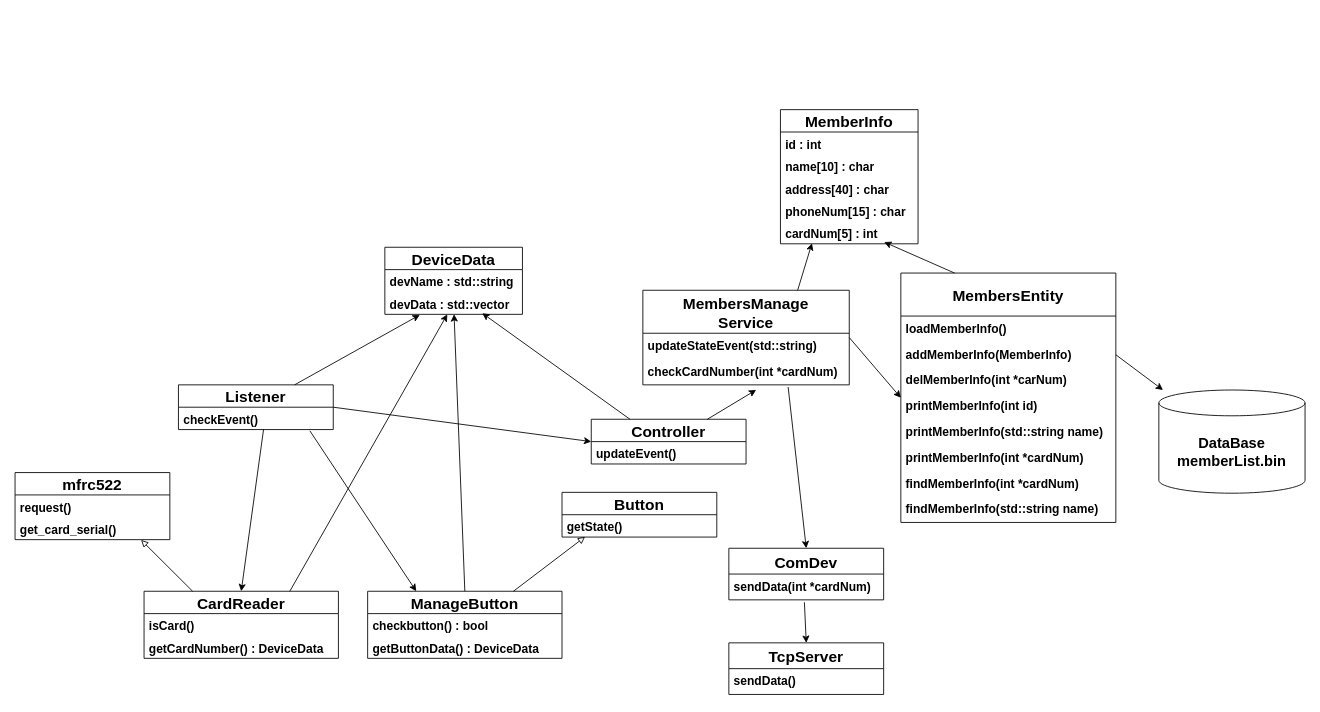
This is sw_design/golfMembersManager_Design.drawio from kingyeonsu/MembershipManger, a draw.io file, before an edit. Source tidied: cells renumbered, new cells numbered last; positions are measured from the earlier drawing's top-left corner, leaving out a move shared by most shapes. Both pictures are drawn from the tidied source at 86%, with x=0, y=0 at pixel (15, 109).
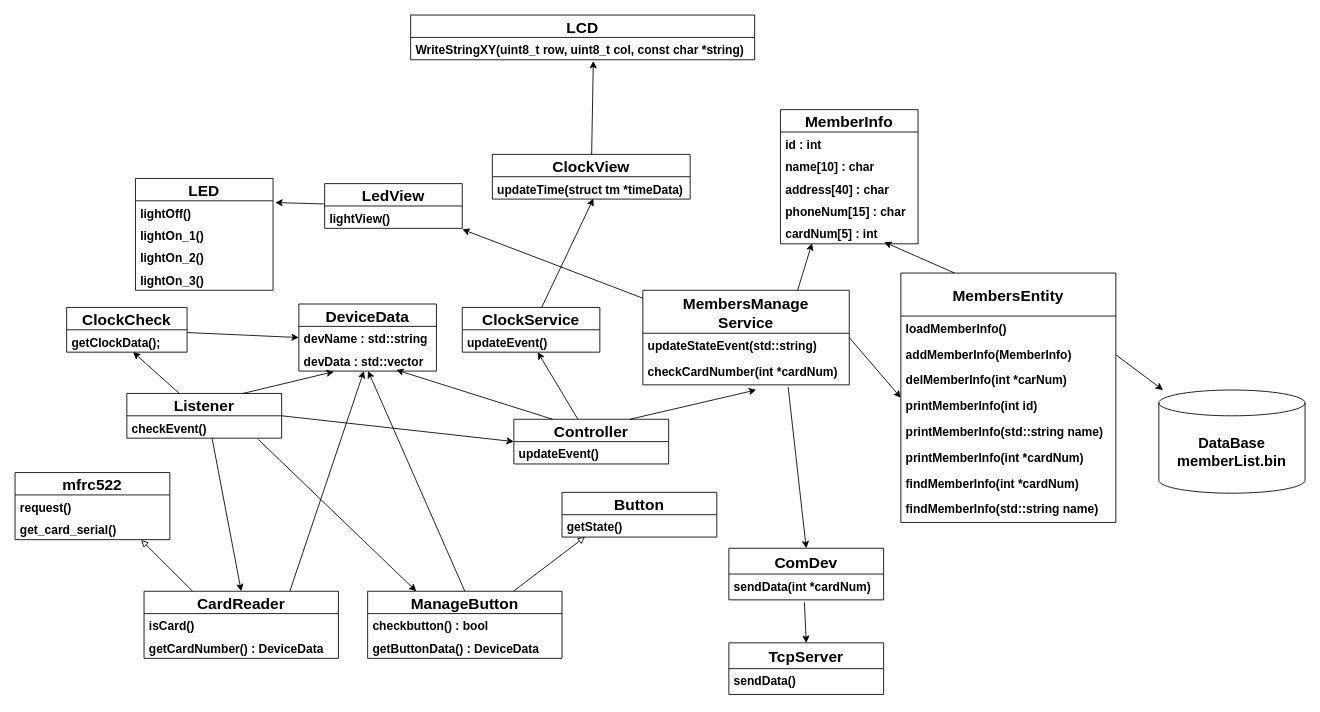
After the change.

The change refers to these unchanged cells:
```xml
<mxCell id="14" value="devName : std::string" style="text;strokeColor=none;fillColor=none;align=left;verticalAlign=top;spacingLeft=4;spacingRight=4;overflow=hidden;points=[[0,0.5],[1,0.5]];portConstraint=eastwest;fontSize=14;fontStyle=1;" parent="13" vertex="1">
  <mxGeometry y="26" width="160" height="26" as="geometry" />
</mxCell>
<mxCell id="32" value="MembersManage&#10;Service" style="swimlane;fontStyle=1;horizontal=1;startSize=50;fillColor=none;fontSize=18;" parent="1" vertex="1">
  <mxGeometry x="730" y="210" width="240" height="110" as="geometry" />
</mxCell>
```

What changed in the source:
```diff
@@
+    <mxCell id="59" style="edgeStyle=none;html=1;entryX=0.552;entryY=0.995;entryDx=0;entryDy=0;entryPerimeter=0;" parent="1" edge="1" source="4" target="80">
+      <mxGeometry relative="1" as="geometry" />
+    </mxCell>
     <mxCell id="4" value="Listener" style="swimlane;fontStyle=1;horizontal=1;startSize=26;fillColor=none;fontSize=18;" parent="1" vertex="1">
-      <mxGeometry x="190" y="320" width="180" height="52" as="geometry" />
+      <mxGeometry x="130" y="330" width="180" height="52" as="geometry" />
     </mxCell>
@@
+    <mxCell id="60" style="edgeStyle=none;html=1;" parent="1" edge="1" source="11" target="77">
+      <mxGeometry relative="1" as="geometry" />
+    </mxCell>
     <mxCell id="11" value="Controller" style="swimlane;fontStyle=1;horizontal=1;startSize=26;fillColor=none;fontSize=18;" parent="1" vertex="1">
-      <mxGeometry x="670" y="360" width="180" height="52" as="geometry" />
+      <mxGeometry x="580" y="360" width="180" height="52" as="geometry" />
     </mxCell>
@@
     <mxCell id="13" value="DeviceData" style="swimlane;fontStyle=1;horizontal=1;startSize=26;fillColor=none;fontSize=18;" parent="1" vertex="1">
-      <mxGeometry x="430" y="160" width="160" height="78" as="geometry" />
+      <mxGeometry x="330" y="226" width="160" height="78" as="geometry" />
     </mxCell>
@@
+    <mxCell id="61" style="edgeStyle=none;html=1;entryX=1.001;entryY=0.046;entryDx=0;entryDy=0;entryPerimeter=0;" parent="1" edge="1" source="32">
+      <mxGeometry relative="1" as="geometry">
+        <mxPoint x="520.2" y="139.2" as="targetPoint" />
+      </mxGeometry>
+    </mxCell>
@@
+    <mxCell id="62" style="edgeStyle=none;html=1;entryX=0.531;entryY=1.054;entryDx=0;entryDy=0;entryPerimeter=0;" parent="1" edge="1" source="63" target="66">
+      <mxGeometry relative="1" as="geometry" />
+    </mxCell>
+    <mxCell id="63" value="ClockView" style="swimlane;fontStyle=1;horizontal=1;startSize=26;fillColor=none;fontSize=18;" parent="1" vertex="1">
+      <mxGeometry x="555" y="52" width="230" height="52" as="geometry" />
+    </mxCell>
+    <mxCell id="64" value="updateTime(struct tm *timeData)" style="text;strokeColor=none;fillColor=none;align=left;verticalAlign=top;spacingLeft=4;spacingRight=4;overflow=hidden;points=[[0,0.5],[1,0.5]];portConstraint=eastwest;fontSize=14;fontStyle=1;" parent="63" vertex="1">
+      <mxGeometry y="26" width="230" height="26" as="geometry" />
+    </mxCell>
+    <mxCell id="65" value="LCD" style="swimlane;fontStyle=1;horizontal=1;startSize=26;fillColor=none;fontSize=18;" parent="1" vertex="1">
+      <mxGeometry x="460" y="-110" width="400" height="52" as="geometry" />
+    </mxCell>
+    <mxCell id="66" value="WriteStringXY(uint8_t row, uint8_t col, const char *string)" style="text;strokeColor=none;fillColor=none;align=left;verticalAlign=top;spacingLeft=4;spacingRight=4;overflow=hidden;points=[[0,0.5],[1,0.5]];portConstraint=eastwest;fontSize=14;fontStyle=1;" parent="65" vertex="1">
+      <mxGeometry y="26" width="400" height="26" as="geometry" />
+    </mxCell>
+    <mxCell id="67" value="LED" style="swimlane;fontStyle=1;horizontal=1;startSize=26;fillColor=none;fontSize=18;" parent="1" vertex="1">
+      <mxGeometry x="140" y="80" width="160" height="130" as="geometry" />
+    </mxCell>
+    <mxCell id="68" value="lightOff()" style="text;strokeColor=none;fillColor=none;align=left;verticalAlign=top;spacingLeft=4;spacingRight=4;overflow=hidden;points=[[0,0.5],[1,0.5]];portConstraint=eastwest;fontSize=14;fontStyle=1;" parent="67" vertex="1">
+      <mxGeometry y="26" width="160" height="26" as="geometry" />
+    </mxCell>
+    <mxCell id="69" value="lightOn_1()" style="text;strokeColor=none;fillColor=none;align=left;verticalAlign=top;spacingLeft=4;spacingRight=4;overflow=hidden;fontSize=14;fontStyle=1;" parent="67" vertex="1">
+      <mxGeometry y="52" width="160" height="26" as="geometry" />
+    </mxCell>
+    <mxCell id="70" value="lightOn_2()" style="text;strokeColor=none;fillColor=none;align=left;verticalAlign=top;spacingLeft=4;spacingRight=4;overflow=hidden;fontSize=14;fontStyle=1;" parent="67" vertex="1">
+      <mxGeometry y="78" width="160" height="26" as="geometry" />
+    </mxCell>
+    <mxCell id="71" value="lightOn_3()" style="text;strokeColor=none;fillColor=none;align=left;verticalAlign=top;spacingLeft=4;spacingRight=4;overflow=hidden;fontSize=14;fontStyle=1;" parent="67" vertex="1">
+      <mxGeometry y="104" width="160" height="26" as="geometry" />
+    </mxCell>
+    <mxCell id="72" style="edgeStyle=none;html=1;entryX=1.016;entryY=0.077;entryDx=0;entryDy=0;entryPerimeter=0;" parent="1" edge="1" source="73" target="68">
+      <mxGeometry relative="1" as="geometry" />
+    </mxCell>
+    <mxCell id="73" value="LedView" style="swimlane;fontStyle=1;horizontal=1;startSize=26;fillColor=none;fontSize=18;" parent="1" vertex="1">
+      <mxGeometry x="360" y="86" width="160" height="52" as="geometry" />
+    </mxCell>
+    <mxCell id="74" value="lightView()" style="text;strokeColor=none;fillColor=none;align=left;verticalAlign=top;spacingLeft=4;spacingRight=4;overflow=hidden;fontSize=14;fontStyle=1;" parent="73" vertex="1">
+      <mxGeometry y="26" width="160" height="26" as="geometry" />
+    </mxCell>
+    <mxCell id="75" style="edgeStyle=none;html=1;entryX=0.511;entryY=0.977;entryDx=0;entryDy=0;entryPerimeter=0;" parent="1" edge="1" source="76" target="64">
+      <mxGeometry relative="1" as="geometry" />
+    </mxCell>
+    <mxCell id="76" value="ClockService" style="swimlane;fontStyle=1;horizontal=1;startSize=26;fillColor=none;fontSize=18;" parent="1" vertex="1">
+      <mxGeometry x="520" y="230" width="160" height="52" as="geometry" />
+    </mxCell>
+    <mxCell id="77" value="updateEvent()" style="text;strokeColor=none;fillColor=none;align=left;verticalAlign=top;spacingLeft=4;spacingRight=4;overflow=hidden;points=[[0,0.5],[1,0.5]];portConstraint=eastwest;fontSize=14;fontStyle=1;" parent="76" vertex="1">
+      <mxGeometry y="26" width="160" height="26" as="geometry" />
+    </mxCell>
+    <mxCell id="78" style="edgeStyle=none;html=1;entryX=0;entryY=0.5;entryDx=0;entryDy=0;" parent="1" edge="1" source="79" target="14">
+      <mxGeometry relative="1" as="geometry" />
+    </mxCell>
+    <mxCell id="79" value="ClockCheck" style="swimlane;fontStyle=1;horizontal=1;startSize=26;fillColor=none;fontSize=18;" parent="1" vertex="1">
+      <mxGeometry x="60" y="230" width="140" height="52" as="geometry" />
+    </mxCell>
+    <mxCell id="80" value="getClockData();" style="text;strokeColor=none;fillColor=none;align=left;verticalAlign=top;spacingLeft=4;spacingRight=4;overflow=hidden;points=[[0,0.5],[1,0.5]];portConstraint=eastwest;fontSize=14;fontStyle=1;" parent="79" vertex="1">
+      <mxGeometry y="26" width="140" height="26" as="geometry" />
+    </mxCell>
```
